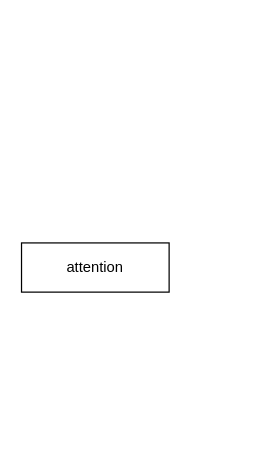
Above: llada.drawio in mailonghua/drawio (draw.io), before the change. Source tidied: cells renumbered, new cells numbered last; positions are measured from the earlier drawing's top-left corner, leaving out a move shared by most shapes. Both pictures are drawn from the tidied source at 123%, with x=0, y=0 at pixel (21, 242).
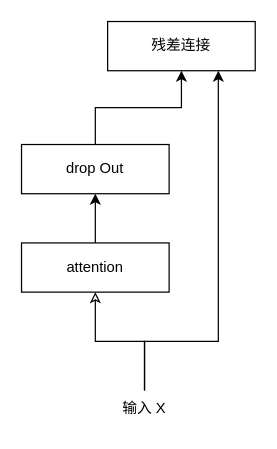
After the change.

Diff of the diagram source:
```diff
@@
 <mxGraphModel>
   <root>
     <mxCell id="0" />
     <mxCell id="1" parent="0" />
+    <mxCell id="3" style="edgeStyle=orthogonalEdgeStyle;rounded=0;jettySize=auto;html=1;" parent="1" edge="1" source="2" target="6">
+      <mxGeometry relative="1" as="geometry" />
+    </mxCell>
+    <mxCell id="4" style="edgeStyle=orthogonalEdgeStyle;rounded=0;jettySize=auto;html=1;exitX=0.5;exitY=1;exitDx=0;exitDy=0;startArrow=classic;startFill=0;endArrow=none;entryX=0.5;entryY=0;entryDx=0;entryDy=0;" parent="1" edge="1" source="2" target="9">
+      <mxGeometry relative="1" as="geometry" />
+    </mxCell>
     <mxCell id="2" value="attention" style="rounded=0;whiteSpace=wrap;html=1;" parent="1" vertex="1">
       <mxGeometry width="120" height="40" as="geometry" />
     </mxCell>
+    <mxCell id="5" style="edgeStyle=orthogonalEdgeStyle;rounded=0;jettySize=auto;html=1;" parent="1" edge="1" source="6" target="7">
+      <mxGeometry relative="1" as="geometry" />
+    </mxCell>
+    <mxCell id="6" value="drop Out" style="rounded=0;whiteSpace=wrap;html=1;" parent="1" vertex="1">
+      <mxGeometry y="-80" width="120" height="40" as="geometry" />
+    </mxCell>
+    <mxCell id="7" value="残差连接" style="rounded=0;whiteSpace=wrap;html=1;" parent="1" vertex="1">
+      <mxGeometry x="70" y="-180" width="120" height="40" as="geometry" />
+    </mxCell>
+    <mxCell id="8" style="edgeStyle=orthogonalEdgeStyle;rounded=0;jettySize=auto;html=1;exitX=0.5;exitY=0;exitDx=0;exitDy=0;entryX=0.75;entryY=1;entryDx=0;entryDy=0;" parent="1" edge="1" source="9" target="7">
+      <mxGeometry relative="1" as="geometry">
+        <Array as="points">
+          <mxPoint x="100" y="80" />
+          <mxPoint x="160" y="80" />
+        </Array>
+      </mxGeometry>
+    </mxCell>
+    <mxCell id="9" value="输入 X" style="text;strokeColor=none;align=center;fillColor=none;html=1;verticalAlign=middle;whiteSpace=wrap;rounded=0;" parent="1" vertex="1">
+      <mxGeometry x="70" y="120" width="60" height="30" as="geometry" />
+    </mxCell>
   </root>
 </mxGraphModel>
```
